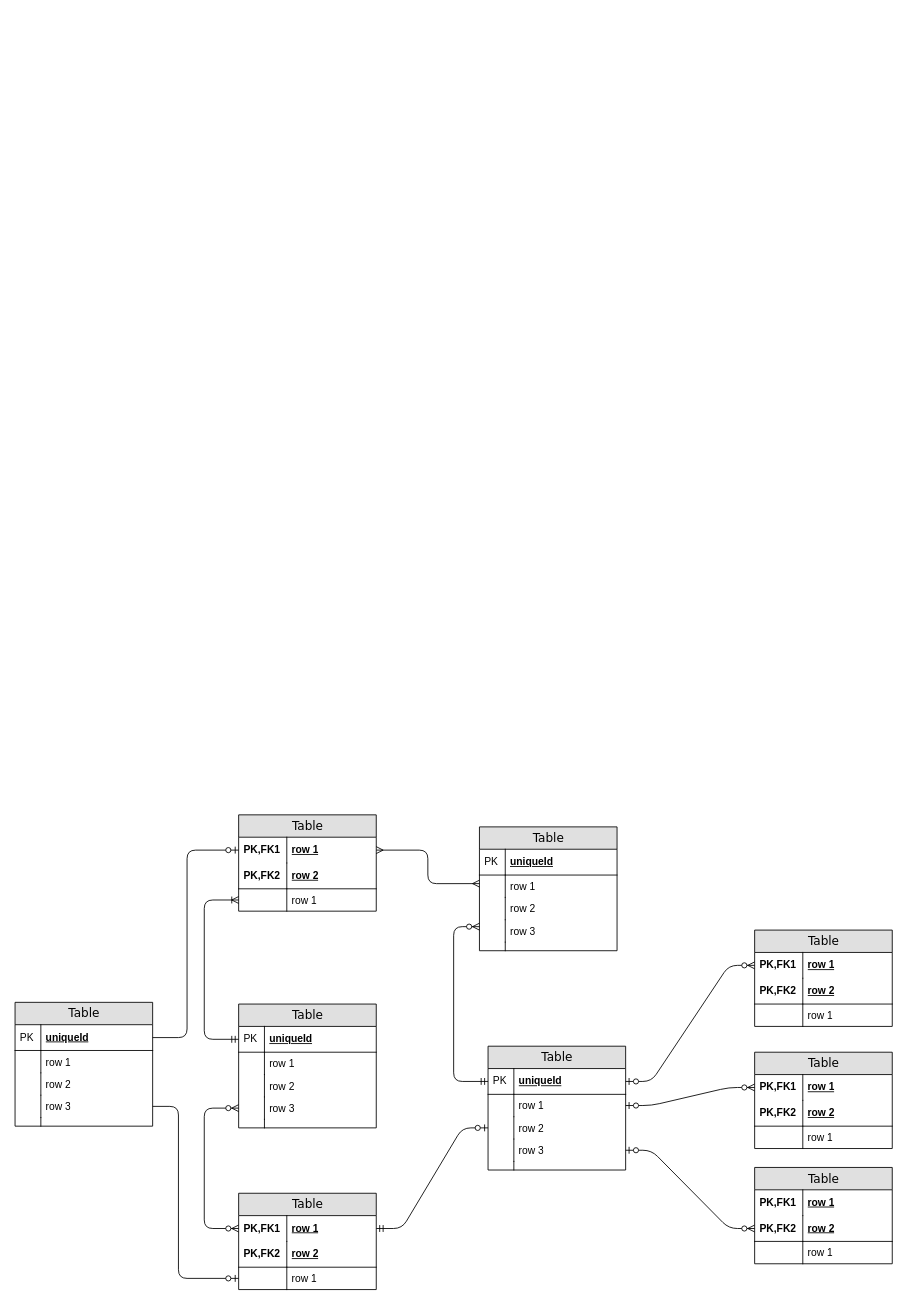
Earlier version of the draw.io diagram Untitled Diagram.drawio (solovevayaroslavna/Technical-Interview-Module). Source tidied: cells renumbered, new cells numbered last; positions are measured from the earlier drawing's top-left corner, leaving out a move shared by most shapes. Both pictures are drawn from the tidied source at 86%, with x=0, y=0 at pixel (15, 814).
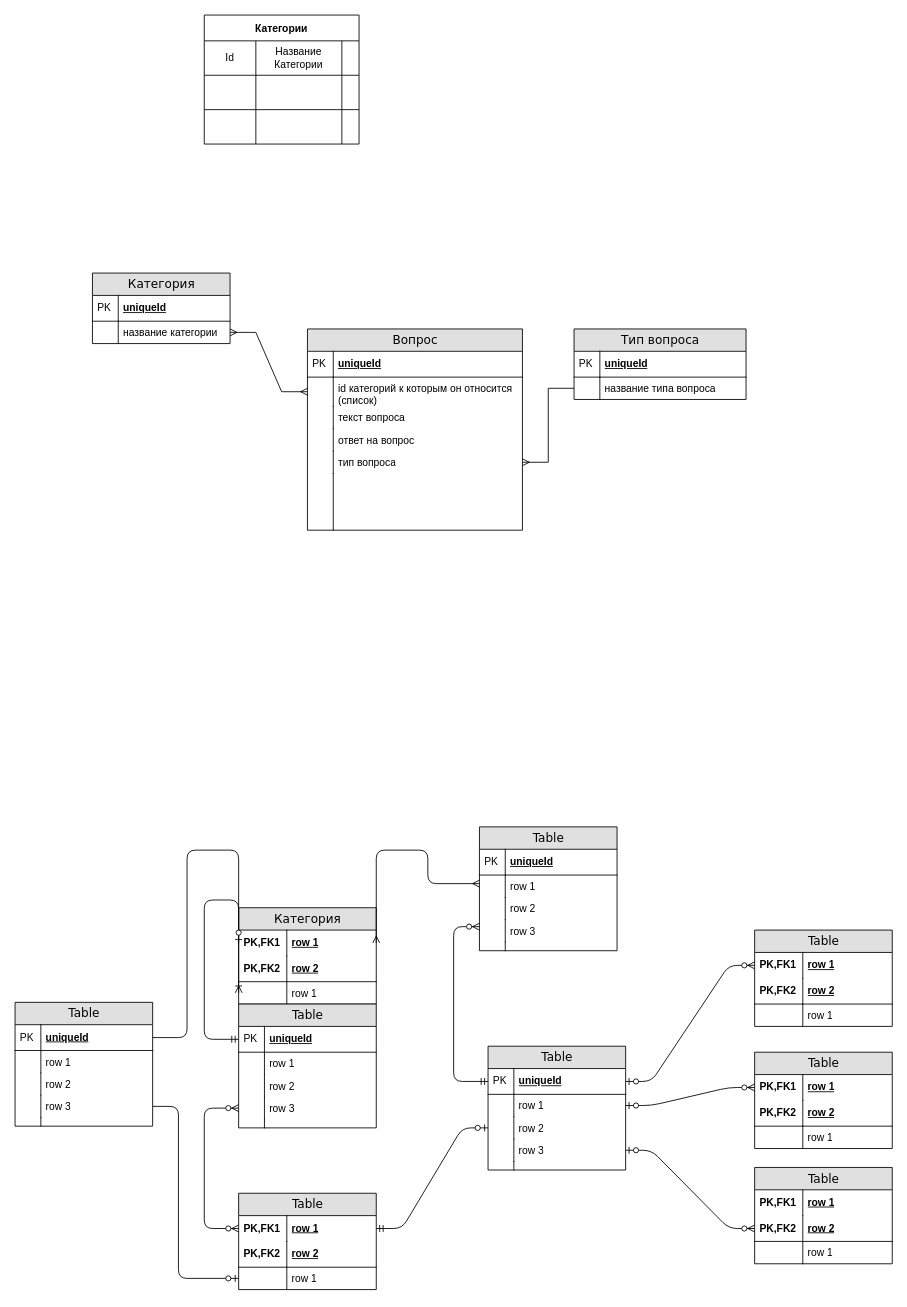
The same diagram, later.

Change to the diagram source:
```diff
@@
-    <mxCell id="2" value="Table" style="swimlane;html=1;fontStyle=0;horizontal=1;startSize=26;fillColor=#e0e0e0;swimlaneFillColor=#ffffff;align=center;rounded=0;shadow=0;comic=0;labelBackgroundColor=none;strokeWidth=1;fontFamily=Verdana;fontSize=14;" parent="1" vertex="1">
-      <mxGeometry x="260" width="160" height="112" as="geometry" />
+    <mxCell id="2" value="Категория" style="swimlane;html=1;fontStyle=0;horizontal=1;startSize=26;fillColor=#e0e0e0;swimlaneFillColor=#ffffff;align=center;rounded=0;shadow=0;comic=0;labelBackgroundColor=none;strokeWidth=1;fontFamily=Verdana;fontSize=14;" parent="1" vertex="1">
+      <mxGeometry x="260" y="108" width="160" height="112" as="geometry" />
     </mxCell>
@@
+    <mxCell id="91" value="Категория" style="swimlane;html=1;fontStyle=0;horizontal=1;startSize=26;fillColor=#e0e0e0;swimlaneFillColor=#ffffff;align=center;rounded=0;shadow=0;comic=0;labelBackgroundColor=none;strokeWidth=1;fontFamily=Verdana;fontSize=14;swimlaneLine=1;" parent="1" vertex="1">
+      <mxGeometry x="90" y="-630" width="160" height="82" as="geometry" />
+    </mxCell>
+    <mxCell id="92" value="uniqueId" style="shape=partialRectangle;top=0;left=0;right=0;bottom=1;html=1;align=left;verticalAlign=middle;fillColor=none;spacingLeft=34;spacingRight=4;whiteSpace=wrap;overflow=hidden;fontStyle=5;" parent="91" vertex="1">
+      <mxGeometry y="26" width="160" height="30" as="geometry" />
+    </mxCell>
+    <mxCell id="93" value="PK" style="shape=partialRectangle;top=0;left=0;bottom=0;html=1;fillColor=none;align=left;verticalAlign=middle;spacingLeft=4;spacingRight=4;whiteSpace=wrap;overflow=hidden;" parent="92" vertex="1">
+      <mxGeometry width="30" height="30" as="geometry" />
+    </mxCell>
+    <mxCell id="94" value="название категории" style="shape=partialRectangle;top=0;left=0;right=0;bottom=0;html=1;align=left;verticalAlign=top;fillColor=none;spacingLeft=34;spacingRight=4;whiteSpace=wrap;overflow=hidden;points=[[0,0.5],[1,0.5]];portConstraint=eastwest;" parent="91" vertex="1">
+      <mxGeometry y="56" width="160" height="26" as="geometry" />
+    </mxCell>
+    <mxCell id="95" style="shape=partialRectangle;top=0;left=0;bottom=0;html=1;fillColor=none;align=left;verticalAlign=top;spacingLeft=4;spacingRight=4;whiteSpace=wrap;overflow=hidden;" parent="94" vertex="1">
+      <mxGeometry width="30" height="26" as="geometry" />
+    </mxCell>
+    <mxCell id="96" value="Вопрос" style="swimlane;html=1;fontStyle=0;horizontal=1;startSize=26;fillColor=#e0e0e0;swimlaneFillColor=#ffffff;align=center;rounded=0;shadow=0;comic=0;labelBackgroundColor=none;strokeWidth=1;fontFamily=Verdana;fontSize=14;" parent="1" vertex="1">
+      <mxGeometry x="340" y="-565" width="250" height="234" as="geometry" />
+    </mxCell>
+    <mxCell id="97" value="uniqueId" style="shape=partialRectangle;top=0;left=0;right=0;bottom=1;html=1;align=left;verticalAlign=middle;fillColor=none;spacingLeft=34;spacingRight=4;whiteSpace=wrap;overflow=hidden;fontStyle=5;" parent="96" vertex="1">
+      <mxGeometry y="26" width="250" height="30" as="geometry" />
+    </mxCell>
+    <mxCell id="98" value="PK" style="shape=partialRectangle;top=0;left=0;bottom=0;html=1;fillColor=none;align=left;verticalAlign=middle;spacingLeft=4;spacingRight=4;whiteSpace=wrap;overflow=hidden;" parent="97" vertex="1">
+      <mxGeometry width="30" height="30" as="geometry" />
+    </mxCell>
+    <mxCell id="99" value="id категорий к которым он относится (список)" style="shape=partialRectangle;top=0;left=0;right=0;bottom=0;html=1;align=left;verticalAlign=top;fillColor=none;spacingLeft=34;spacingRight=4;whiteSpace=wrap;overflow=hidden;points=[[0,0.5],[1,0.5]];portConstraint=eastwest;" parent="96" vertex="1">
+      <mxGeometry y="56" width="250" height="34" as="geometry" />
+    </mxCell>
+    <mxCell id="100" style="shape=partialRectangle;top=0;left=0;bottom=0;html=1;fillColor=none;align=left;verticalAlign=top;spacingLeft=4;spacingRight=4;whiteSpace=wrap;overflow=hidden;" parent="99" vertex="1">
+      <mxGeometry width="30" height="34" as="geometry" />
+    </mxCell>
+    <mxCell id="101" value="текст вопроса" style="shape=partialRectangle;top=0;left=0;right=0;bottom=0;html=1;align=left;verticalAlign=top;fillColor=none;spacingLeft=34;spacingRight=4;whiteSpace=wrap;overflow=hidden;" parent="96" vertex="1">
+      <mxGeometry y="90" width="250" height="26" as="geometry" />
+    </mxCell>
+    <mxCell id="102" style="shape=partialRectangle;top=0;left=0;bottom=0;html=1;fillColor=none;align=left;verticalAlign=top;spacingLeft=4;spacingRight=4;whiteSpace=wrap;overflow=hidden;" parent="101" vertex="1">
+      <mxGeometry width="30" height="26" as="geometry" />
+    </mxCell>
+    <mxCell id="103" value="ответ на вопрос" style="shape=partialRectangle;top=0;left=0;right=0;bottom=0;html=1;align=left;verticalAlign=top;fillColor=none;spacingLeft=34;spacingRight=4;whiteSpace=wrap;overflow=hidden;" parent="96" vertex="1">
+      <mxGeometry y="116" width="250" height="26" as="geometry" />
+    </mxCell>
+    <mxCell id="104" style="shape=partialRectangle;top=0;left=0;bottom=0;html=1;fillColor=none;align=left;verticalAlign=top;spacingLeft=4;spacingRight=4;whiteSpace=wrap;overflow=hidden;" parent="103" vertex="1">
+      <mxGeometry width="30" height="26" as="geometry" />
+    </mxCell>
+    <mxCell id="105" value="тип вопроса" style="shape=partialRectangle;top=0;left=0;right=0;bottom=0;html=1;align=left;verticalAlign=top;fillColor=none;spacingLeft=34;spacingRight=4;whiteSpace=wrap;overflow=hidden;points=[[0,0.5],[1,0.5]];portConstraint=eastwest;" parent="96" vertex="1">
+      <mxGeometry y="142" width="250" height="26" as="geometry" />
+    </mxCell>
+    <mxCell id="106" style="shape=partialRectangle;top=0;left=0;bottom=0;html=1;fillColor=none;align=left;verticalAlign=top;spacingLeft=4;spacingRight=4;whiteSpace=wrap;overflow=hidden;" parent="105" vertex="1">
+      <mxGeometry width="30" height="26" as="geometry" />
+    </mxCell>
+    <mxCell id="107" style="shape=partialRectangle;top=0;left=0;right=0;bottom=0;html=1;align=left;verticalAlign=top;fillColor=none;spacingLeft=34;spacingRight=4;whiteSpace=wrap;overflow=hidden;" parent="96" vertex="1">
+      <mxGeometry y="168" width="250" height="66" as="geometry" />
+    </mxCell>
+    <mxCell id="108" style="shape=partialRectangle;top=0;left=0;bottom=0;html=1;fillColor=none;align=left;verticalAlign=top;spacingLeft=4;spacingRight=4;whiteSpace=wrap;overflow=hidden;" parent="107" vertex="1">
+      <mxGeometry width="30" height="66" as="geometry" />
+    </mxCell>
+    <mxCell id="109" style="edgeStyle=entityRelationEdgeStyle;fontSize=12;html=1;endArrow=ERmany;startArrow=ERmany;rounded=0;entryX=1;entryY=0.5;entryDx=0;entryDy=0;exitX=0;exitY=0.5;exitDx=0;exitDy=0;" parent="1" edge="1" source="99" target="94">
+      <mxGeometry relative="1" as="geometry" />
+    </mxCell>
+    <mxCell id="110" value="Тип вопроса" style="swimlane;html=1;fontStyle=0;horizontal=1;startSize=26;fillColor=#e0e0e0;swimlaneFillColor=#ffffff;align=center;rounded=0;shadow=0;comic=0;labelBackgroundColor=none;strokeWidth=1;fontFamily=Verdana;fontSize=14;swimlaneLine=1;" parent="1" vertex="1">
+      <mxGeometry x="650" y="-565" width="200" height="82" as="geometry" />
+    </mxCell>
+    <mxCell id="111" value="uniqueId" style="shape=partialRectangle;top=0;left=0;right=0;bottom=1;html=1;align=left;verticalAlign=middle;fillColor=none;spacingLeft=34;spacingRight=4;whiteSpace=wrap;overflow=hidden;fontStyle=5;" parent="110" vertex="1">
+      <mxGeometry y="26" width="200" height="30" as="geometry" />
+    </mxCell>
+    <mxCell id="112" value="PK" style="shape=partialRectangle;top=0;left=0;bottom=0;html=1;fillColor=none;align=left;verticalAlign=middle;spacingLeft=4;spacingRight=4;whiteSpace=wrap;overflow=hidden;" parent="111" vertex="1">
+      <mxGeometry width="30" height="30" as="geometry" />
+    </mxCell>
+    <mxCell id="113" value="название типа вопроса" style="shape=partialRectangle;top=0;left=0;right=0;bottom=0;html=1;align=left;verticalAlign=top;fillColor=none;spacingLeft=34;spacingRight=4;whiteSpace=wrap;overflow=hidden;points=[[0,0.5],[1,0.5]];portConstraint=eastwest;" parent="110" vertex="1">
+      <mxGeometry y="56" width="200" height="26" as="geometry" />
+    </mxCell>
+    <mxCell id="114" style="shape=partialRectangle;top=0;left=0;bottom=0;html=1;fillColor=none;align=left;verticalAlign=top;spacingLeft=4;spacingRight=4;whiteSpace=wrap;overflow=hidden;" parent="113" vertex="1">
+      <mxGeometry width="30" height="26" as="geometry" />
+    </mxCell>
+    <mxCell id="115" style="edgeStyle=entityRelationEdgeStyle;fontSize=12;html=1;endArrow=ERmany;rounded=0;entryX=1;entryY=0.5;entryDx=0;entryDy=0;exitX=0;exitY=0.5;exitDx=0;exitDy=0;" parent="1" edge="1" source="113" target="105">
+      <mxGeometry relative="1" as="geometry" />
+    </mxCell>
+    <mxCell id="116" value="Категории" style="shape=table;startSize=30;childLayout=tableLayout;fontStyle=1;align=center;" parent="1" vertex="1">
+      <mxGeometry x="220" y="-930" width="180" height="150" as="geometry" />
+    </mxCell>
+    <mxCell id="117" style="shape=tableRow;horizontal=0;startSize=0;swimlaneHead=0;swimlaneBody=0;top=0;left=0;bottom=0;right=0;fillColor=none;" parent="116" vertex="1">
+      <mxGeometry y="30" width="180" height="40" as="geometry" />
+    </mxCell>
+    <mxCell id="118" value="Id" style="shape=partialRectangle;html=1;whiteSpace=wrap;fillColor=none;top=0;left=0;bottom=0;right=0;overflow=hidden;" parent="117" vertex="1">
+      <mxGeometry width="60" height="40" as="geometry" />
+    </mxCell>
+    <mxCell id="119" value="Название Категории" style="shape=partialRectangle;html=1;whiteSpace=wrap;fillColor=none;top=0;left=0;bottom=0;right=0;overflow=hidden;" parent="117" vertex="1">
+      <mxGeometry x="60" width="100" height="40" as="geometry" />
+    </mxCell>
+    <mxCell id="120" style="shape=partialRectangle;html=1;whiteSpace=wrap;fillColor=none;top=0;left=0;bottom=0;right=0;overflow=hidden;" parent="117" vertex="1">
+      <mxGeometry x="160" width="20" height="40" as="geometry" />
+    </mxCell>
+    <mxCell id="121" style="shape=tableRow;horizontal=0;startSize=0;swimlaneHead=0;swimlaneBody=0;top=0;left=0;bottom=0;right=0;fillColor=none;" parent="116" vertex="1">
+      <mxGeometry y="70" width="180" height="40" as="geometry" />
+    </mxCell>
+    <mxCell id="122" style="shape=partialRectangle;html=1;whiteSpace=wrap;fillColor=none;top=0;left=0;bottom=0;right=0;overflow=hidden;" parent="121" vertex="1">
+      <mxGeometry width="60" height="40" as="geometry" />
+    </mxCell>
+    <mxCell id="123" style="shape=partialRectangle;html=1;whiteSpace=wrap;fillColor=none;top=0;left=0;bottom=0;right=0;overflow=hidden;" parent="121" vertex="1">
+      <mxGeometry x="60" width="100" height="40" as="geometry" />
+    </mxCell>
+    <mxCell id="124" style="shape=partialRectangle;html=1;whiteSpace=wrap;fillColor=none;top=0;left=0;bottom=0;right=0;overflow=hidden;" parent="121" vertex="1">
+      <mxGeometry x="160" width="20" height="40" as="geometry" />
+    </mxCell>
+    <mxCell id="125" style="shape=tableRow;horizontal=0;startSize=0;swimlaneHead=0;swimlaneBody=0;top=0;left=0;bottom=0;right=0;fillColor=none;" parent="116" vertex="1">
+      <mxGeometry y="110" width="180" height="40" as="geometry" />
+    </mxCell>
+    <mxCell id="126" style="shape=partialRectangle;html=1;whiteSpace=wrap;fillColor=none;top=0;left=0;bottom=0;right=0;overflow=hidden;" parent="125" vertex="1">
+      <mxGeometry width="60" height="40" as="geometry" />
+    </mxCell>
+    <mxCell id="127" style="shape=partialRectangle;html=1;whiteSpace=wrap;fillColor=none;top=0;left=0;bottom=0;right=0;overflow=hidden;" parent="125" vertex="1">
+      <mxGeometry x="60" width="100" height="40" as="geometry" />
+    </mxCell>
+    <mxCell id="128" style="shape=partialRectangle;html=1;whiteSpace=wrap;fillColor=none;top=0;left=0;bottom=0;right=0;overflow=hidden;" parent="125" vertex="1">
+      <mxGeometry x="160" width="20" height="40" as="geometry" />
+    </mxCell>
```
